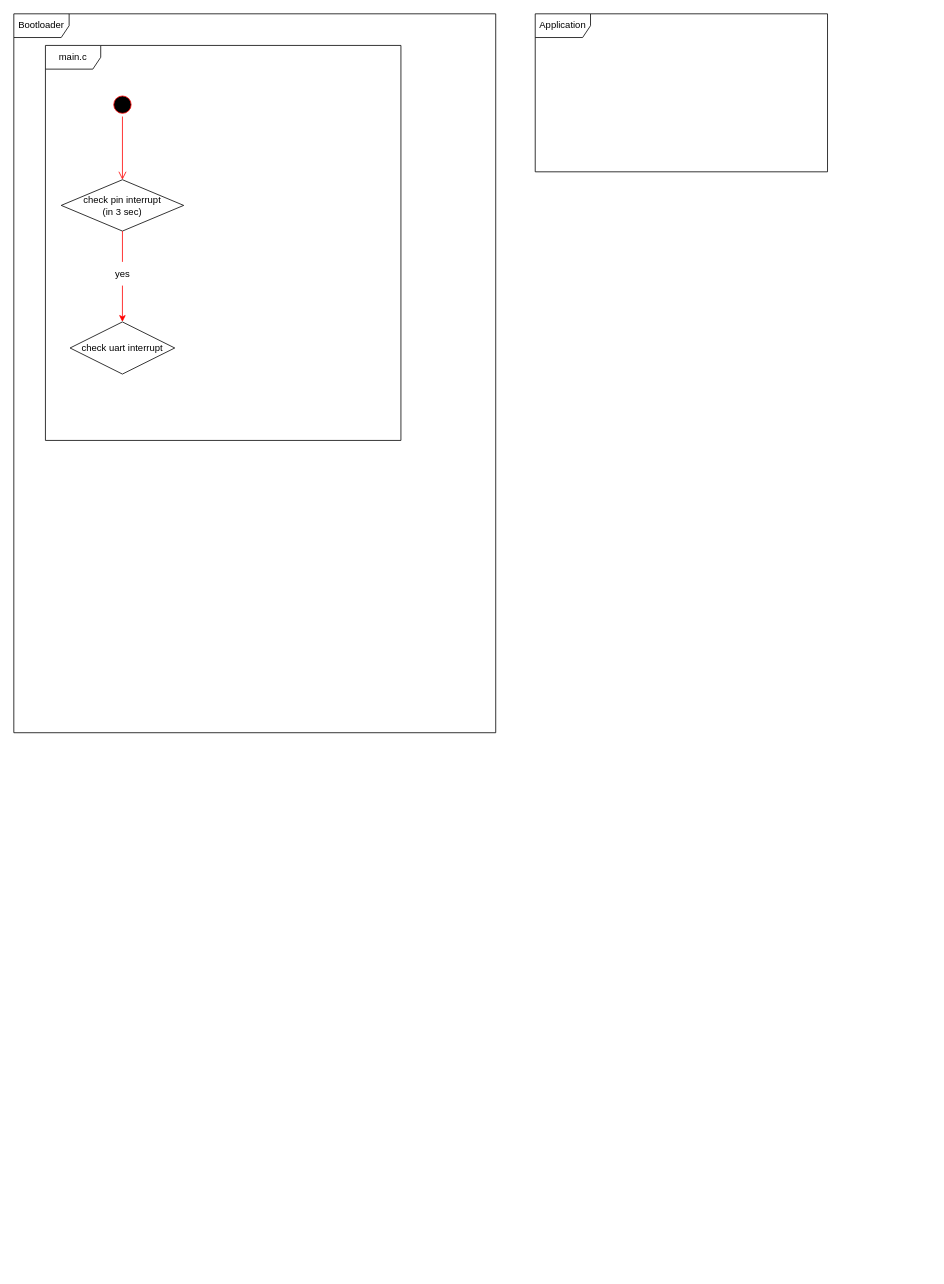
This is bootloader_transition_diagram.drawio from chaeyoonl/state-transition-diagram-test, a draw.io file, before an edit. Source tidied: cells renumbered, new cells numbered last; positions are measured from the earlier drawing's top-left corner, leaving out a move shared by most shapes. Both pictures are drawn from the tidied source at 79%, with x=0, y=0 at pixel (13, 13).
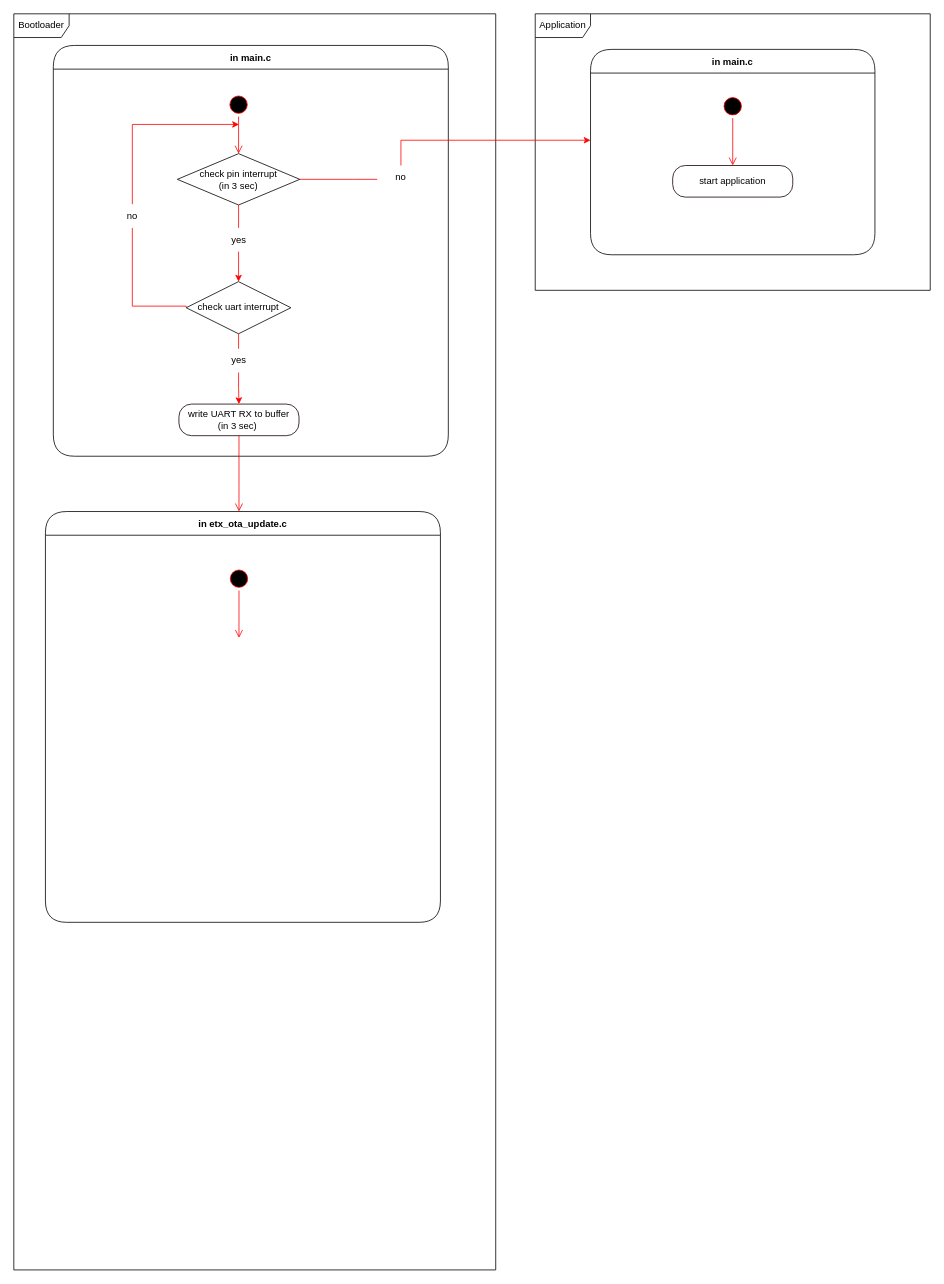
Above is the later version.

The edit, as a diff of the source:
```diff
@@
-    <mxCell id="2" value="main.c" style="shape=umlFrame;whiteSpace=wrap;html=1;width=70;height=30;" parent="1" vertex="1">
-      <mxGeometry x="40" y="40" width="450" height="500" as="geometry" />
-    </mxCell>
+    <mxCell id="4" value="Application" style="shape=umlFrame;whiteSpace=wrap;html=1;width=70;height=30;" parent="1" vertex="1">
+      <mxGeometry x="660" width="500" height="350" as="geometry" />
+    </mxCell>
     <mxCell id="3" value="Bootloader" style="shape=umlFrame;whiteSpace=wrap;html=1;width=70;height=30;" parent="1" vertex="1">
-      <mxGeometry width="610" height="910" as="geometry" />
+      <mxGeometry width="610" height="1590" as="geometry" />
     </mxCell>
-    <mxCell id="4" value="Application" style="shape=umlFrame;whiteSpace=wrap;html=1;width=70;height=30;" parent="1" vertex="1">
-      <mxGeometry x="660" width="370" height="200" as="geometry" />
-    </mxCell>
+    <mxCell id="12" value="in main.c" style="swimlane;fontStyle=1;align=center;verticalAlign=middle;horizontal=1;startSize=30;fontColor=#000000;rounded=1;arcSize=30;strokeColor=#030000;fillColor=#FFFFFF;swimlaneFillColor=#FFFFFF;" parent="1" vertex="1">
+      <mxGeometry x="50" y="40" width="500" height="520" as="geometry" />
+    </mxCell>
     <mxCell id="5" style="ellipse;html=1;shape=startState;fillColor=#000000;strokeColor=#ff0000;" parent="1" vertex="1">
-      <mxGeometry x="122.5" y="100" width="30" height="30" as="geometry" />
+      <mxGeometry x="269.5" y="100" width="30" height="30" as="geometry" />
     </mxCell>
@@
     <mxCell id="8" value="check pin interrupt &lt;br&gt;(in 3 sec)" style="rhombus;whiteSpace=wrap;html=1;" parent="1" vertex="1">
-      <mxGeometry x="60" y="210" width="155" height="65" as="geometry" />
+      <mxGeometry x="207" y="177" width="155" height="65" as="geometry" />
     </mxCell>
     <mxCell id="9" value="check uart interrupt" style="rhombus;whiteSpace=wrap;html=1;" parent="1" vertex="1">
-      <mxGeometry x="71.2" y="390" width="132.5" height="66" as="geometry" />
+      <mxGeometry x="218.2" y="339" width="132.5" height="66" as="geometry" />
     </mxCell>
     <mxCell id="10" value="yes" style="text;html=1;strokeColor=none;fillColor=none;align=center;verticalAlign=middle;whiteSpace=wrap;rounded=0;" parent="1" vertex="1">
-      <mxGeometry x="107.5" y="314" width="60" height="30" as="geometry" />
+      <mxGeometry x="254.5" y="271" width="60" height="30" as="geometry" />
     </mxCell>
@@
+    <mxCell id="13" value="write UART RX to buffer&lt;br&gt;(in 3 sec)&amp;nbsp;" style="rounded=1;whiteSpace=wrap;html=1;arcSize=40;fontColor=#000000;fillColor=#FFFFFF;strokeColor=#120000;" parent="1" vertex="1">
+      <mxGeometry x="209" y="494" width="152" height="40" as="geometry" />
+    </mxCell>
+    <mxCell id="14" style="edgeStyle=orthogonalEdgeStyle;html=1;verticalAlign=bottom;endArrow=open;endSize=8;strokeColor=#ff0000;rounded=0;" parent="1" edge="1" source="13">
+      <mxGeometry relative="1" as="geometry">
+        <mxPoint x="285" y="630" as="targetPoint" />
+        <Array as="points">
+          <mxPoint x="285" y="600" />
+          <mxPoint x="285" y="600" />
+        </Array>
+      </mxGeometry>
+    </mxCell>
+    <mxCell id="15" style="edgeStyle=orthogonalEdgeStyle;rounded=0;jettySize=auto;html=1;exitX=0.5;exitY=1;exitDx=0;exitDy=0;entryX=0.5;entryY=0;entryDx=0;entryDy=0;strokeColor=#FF0000;startArrow=none;" parent="1" edge="1" source="16" target="13">
+      <mxGeometry relative="1" as="geometry" />
+    </mxCell>
+    <mxCell id="16" value="yes" style="text;html=1;strokeColor=none;fillColor=none;align=center;verticalAlign=middle;whiteSpace=wrap;rounded=0;" parent="1" vertex="1">
+      <mxGeometry x="254.5" y="424" width="60" height="30" as="geometry" />
+    </mxCell>
+    <mxCell id="17" style="edgeStyle=orthogonalEdgeStyle;rounded=0;jettySize=auto;html=1;exitX=0.5;exitY=1;exitDx=0;exitDy=0;entryX=0.5;entryY=0;entryDx=0;entryDy=0;strokeColor=#FF0000;endArrow=none;" parent="1" edge="1" target="16">
+      <mxGeometry relative="1" as="geometry">
+        <mxPoint x="284.5" y="405" as="sourcePoint" />
+      </mxGeometry>
+    </mxCell>
+    <mxCell id="18" style="edgeStyle=orthogonalEdgeStyle;rounded=0;jettySize=auto;html=1;strokeColor=#FF0000;startArrow=none;" parent="1" edge="1" source="19">
+      <mxGeometry relative="1" as="geometry">
+        <mxPoint x="285" y="140" as="targetPoint" />
+        <Array as="points">
+          <mxPoint x="150" y="140" />
+        </Array>
+      </mxGeometry>
+    </mxCell>
+    <mxCell id="19" value="no" style="text;html=1;strokeColor=none;fillColor=none;align=center;verticalAlign=middle;whiteSpace=wrap;rounded=0;" parent="1" vertex="1">
+      <mxGeometry x="120" y="241" width="60" height="30" as="geometry" />
+    </mxCell>
+    <mxCell id="20" style="edgeStyle=orthogonalEdgeStyle;rounded=0;jettySize=auto;html=1;strokeColor=#FF0000;endArrow=none;entryX=0.5;entryY=1;entryDx=0;entryDy=0;exitX=0;exitY=0.5;exitDx=0;exitDy=0;" parent="1" edge="1" source="9" target="19">
+      <mxGeometry relative="1" as="geometry">
+        <Array as="points">
+          <mxPoint x="218" y="370" />
+          <mxPoint x="150" y="370" />
+        </Array>
+      </mxGeometry>
+    </mxCell>
+    <mxCell id="21" style="edgeStyle=orthogonalEdgeStyle;rounded=0;jettySize=auto;html=1;strokeColor=#FF0000;startArrow=none;" parent="1" edge="1" source="22">
+      <mxGeometry relative="1" as="geometry">
+        <mxPoint x="730" y="160" as="targetPoint" />
+        <Array as="points">
+          <mxPoint x="490" y="160" />
+          <mxPoint x="730" y="160" />
+        </Array>
+      </mxGeometry>
+    </mxCell>
+    <mxCell id="22" value="no" style="text;html=1;strokeColor=none;fillColor=none;align=center;verticalAlign=middle;whiteSpace=wrap;rounded=0;" parent="1" vertex="1">
+      <mxGeometry x="460" y="192" width="60" height="30" as="geometry" />
+    </mxCell>
+    <mxCell id="23" style="edgeStyle=orthogonalEdgeStyle;rounded=0;jettySize=auto;html=1;strokeColor=#FF0000;endArrow=none;exitX=1;exitY=0.5;exitDx=0;exitDy=0;" parent="1" edge="1" source="8" target="22">
+      <mxGeometry relative="1" as="geometry">
+        <Array as="points">
+          <mxPoint x="430" y="210" />
+          <mxPoint x="430" y="210" />
+        </Array>
+      </mxGeometry>
+    </mxCell>
+    <mxCell id="24" value="in etx_ota_update.c" style="swimlane;fontStyle=1;align=center;verticalAlign=middle;horizontal=1;startSize=30;fontColor=#000000;rounded=1;arcSize=30;strokeColor=#030000;fillColor=#FFFFFF;swimlaneFillColor=#FFFFFF;" parent="1" vertex="1">
+      <mxGeometry x="40" y="630" width="500" height="520" as="geometry" />
+    </mxCell>
+    <mxCell id="25" style="ellipse;html=1;shape=startState;fillColor=#000000;strokeColor=#ff0000;" parent="1" vertex="1">
+      <mxGeometry x="270" y="700" width="30" height="30" as="geometry" />
+    </mxCell>
+    <mxCell id="26" style="edgeStyle=orthogonalEdgeStyle;html=1;verticalAlign=bottom;endArrow=open;endSize=8;strokeColor=#ff0000;rounded=0;" parent="1" edge="1" source="25">
+      <mxGeometry relative="1" as="geometry">
+        <mxPoint x="285" y="790" as="targetPoint" />
+      </mxGeometry>
+    </mxCell>
+    <mxCell id="27" value="in main.c" style="swimlane;fontStyle=1;align=center;verticalAlign=middle;horizontal=1;startSize=30;fontColor=#000000;rounded=1;arcSize=30;strokeColor=#030000;fillColor=#FFFFFF;swimlaneFillColor=#FFFFFF;" parent="1" vertex="1">
+      <mxGeometry x="730" y="45" width="360" height="260" as="geometry" />
+    </mxCell>
+    <mxCell id="28" style="ellipse;html=1;shape=startState;fillColor=#000000;strokeColor=#ff0000;" parent="1" vertex="1">
+      <mxGeometry x="895" y="102" width="30" height="30" as="geometry" />
+    </mxCell>
+    <mxCell id="29" style="edgeStyle=orthogonalEdgeStyle;html=1;verticalAlign=bottom;endArrow=open;endSize=8;strokeColor=#ff0000;rounded=0;" parent="1" edge="1" source="28">
+      <mxGeometry relative="1" as="geometry">
+        <mxPoint x="910" y="192" as="targetPoint" />
+      </mxGeometry>
+    </mxCell>
+    <mxCell id="30" value="start application" style="rounded=1;whiteSpace=wrap;html=1;arcSize=40;fontColor=#000000;fillColor=#FFFFFF;strokeColor=#120000;" parent="1" vertex="1">
+      <mxGeometry x="834" y="192" width="152" height="40" as="geometry" />
+    </mxCell>
```
